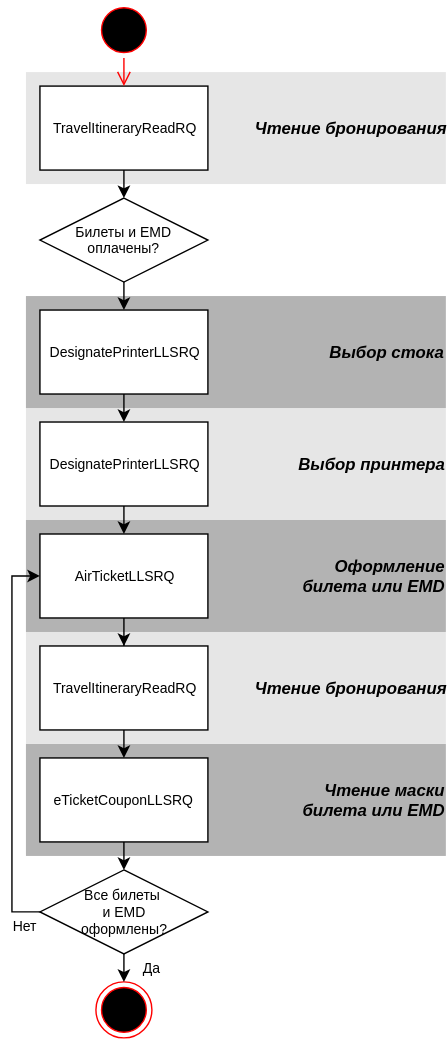
The draw.io diagram assets/svg/Issue Tickets/[RU]Issue Tickets[IPCC][Instant]-3.svg in andreypolyak/sabre-apis-ru, before a commit. Source tidied: cells renumbered, new cells last; positions are measured from the earlier drawing's top-left corner, leaving out a move shared by most shapes.
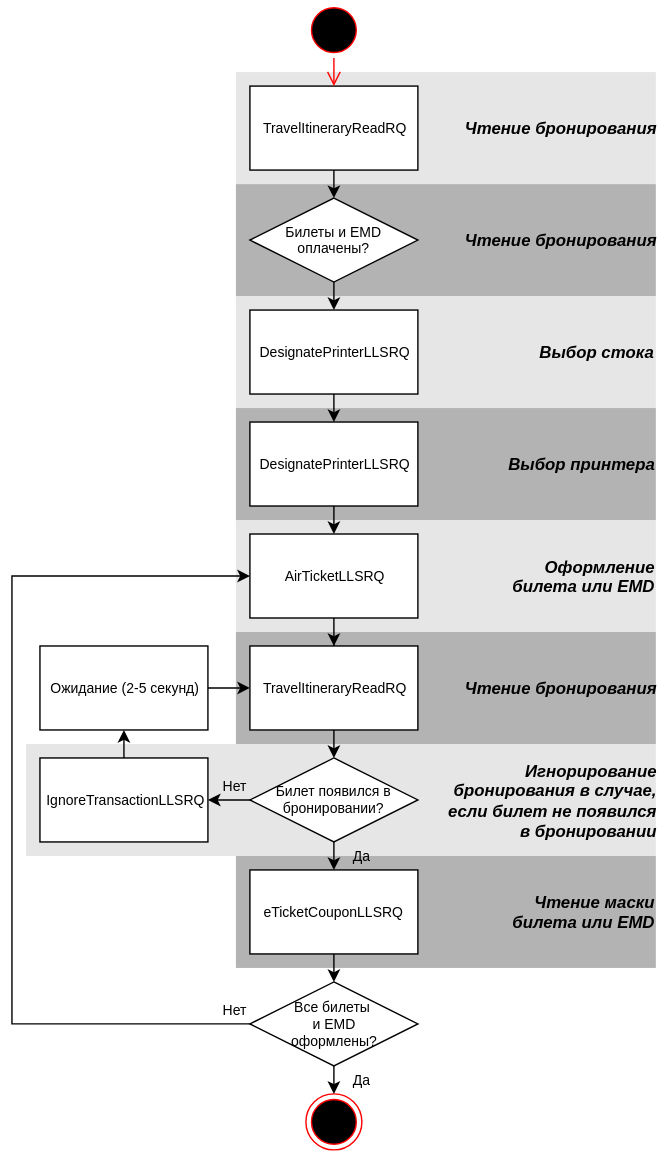
After the commit.

The edit, as a diff of the source:
```diff
@@ -2,24 +2,30 @@
   <root>
     <mxCell id="0" />
     <mxCell id="1" parent="0" />
+    <mxCell id="28" value="&lt;div style=&quot;text-align: right&quot;&gt;&lt;span style=&quot;font-size: 12px ; line-height: 14.4px&quot;&gt;&lt;b&gt;&lt;i&gt;Игнорирование&lt;/i&gt;&lt;/b&gt;&lt;/span&gt;&lt;/div&gt;&lt;div style=&quot;text-align: right&quot;&gt;&lt;span style=&quot;font-size: 12px ; line-height: 14.4px&quot;&gt;&lt;b&gt;&lt;i&gt;бронирования в случае,&lt;/i&gt;&lt;/b&gt;&lt;/span&gt;&lt;/div&gt;&lt;div style=&quot;text-align: right&quot;&gt;&lt;span style=&quot;font-size: 12px ; line-height: 14.4px&quot;&gt;&lt;b&gt;&lt;i&gt;если билет не появился&lt;/i&gt;&lt;/b&gt;&lt;/span&gt;&lt;/div&gt;&lt;div style=&quot;text-align: right&quot;&gt;&lt;span style=&quot;font-size: 12px ; line-height: 14.4px&quot;&gt;&lt;b&gt;&lt;i&gt;в бронировании&lt;/i&gt;&lt;/b&gt;&lt;/span&gt;&lt;/div&gt;" style="whiteSpace=wrap;html=1;fillColor=#E6E6E6;fontSize=10;strokeColor=none;align=right;gradientColor=none;" parent="1" vertex="1">
+      <mxGeometry x="-150" y="530" width="450" height="80" as="geometry" />
+    </mxCell>
     <mxCell id="2" value="&lt;div style=&quot;text-align: right&quot;&gt;&lt;span&gt;&lt;b&gt;&lt;i&gt;&lt;font style=&quot;font-size: 12px&quot;&gt;Чтение маски&lt;/font&gt;&lt;/i&gt;&lt;/b&gt;&lt;/span&gt;&lt;/div&gt;&lt;div style=&quot;text-align: right&quot;&gt;&lt;span&gt;&lt;b&gt;&lt;i&gt;&lt;font style=&quot;font-size: 12px&quot;&gt;билета или EMD&lt;/font&gt;&lt;/i&gt;&lt;/b&gt;&lt;/span&gt;&lt;br&gt;&lt;/div&gt;" style="whiteSpace=wrap;html=1;fillColor=#B3B3B3;fontSize=10;strokeColor=none;align=right;gradientColor=none;" parent="1" vertex="1">
-      <mxGeometry y="530" width="300" height="80" as="geometry" />
+      <mxGeometry y="610" width="300" height="80" as="geometry" />
     </mxCell>
-    <mxCell id="3" value="&lt;div style=&quot;text-align: right&quot;&gt;&lt;b&gt;&lt;i&gt;&lt;font style=&quot;font-size: 12px&quot;&gt;Чтение бронирования&lt;/font&gt;&lt;/i&gt;&lt;/b&gt;&lt;br&gt;&lt;/div&gt;" style="whiteSpace=wrap;html=1;fillColor=#E6E6E6;fontSize=10;strokeColor=none;align=right;gradientColor=none;" parent="1" vertex="1">
-      <mxGeometry y="450" width="300" height="80" as="geometry" />
-    </mxCell>
+    <mxCell id="29" value="&lt;div style=&quot;text-align: right&quot;&gt;&lt;b&gt;&lt;i&gt;&lt;font style=&quot;font-size: 12px&quot;&gt;Чтение бронирования&lt;/font&gt;&lt;/i&gt;&lt;/b&gt;&lt;br&gt;&lt;/div&gt;" style="whiteSpace=wrap;html=1;fillColor=#B3B3B3;fontSize=10;strokeColor=none;align=right;gradientColor=none;" parent="1" vertex="1">
+      <mxGeometry y="450" width="300" height="80" as="geometry" />
+    </mxCell>
+    <mxCell id="30" value="&lt;div style=&quot;text-align: right&quot;&gt;&lt;span&gt;&lt;b&gt;&lt;i&gt;&lt;font style=&quot;font-size: 12px&quot;&gt;Оформление&lt;/font&gt;&lt;/i&gt;&lt;/b&gt;&lt;/span&gt;&lt;/div&gt;&lt;div style=&quot;text-align: right&quot;&gt;&lt;span&gt;&lt;b&gt;&lt;i&gt;&lt;font style=&quot;font-size: 12px&quot;&gt;билета или EMD&lt;/font&gt;&lt;/i&gt;&lt;/b&gt;&lt;/span&gt;&lt;br&gt;&lt;/div&gt;" style="whiteSpace=wrap;html=1;fillColor=#E6E6E6;fontSize=10;strokeColor=none;align=right;gradientColor=none;" parent="1" vertex="1">
+      <mxGeometry y="370" width="300" height="80" as="geometry" />
+    </mxCell>
+    <mxCell id="5" value="&lt;div style=&quot;text-align: right&quot;&gt;&lt;b&gt;&lt;i&gt;&lt;font style=&quot;font-size: 12px&quot;&gt;Выбор принтера&lt;/font&gt;&lt;/i&gt;&lt;/b&gt;&lt;br&gt;&lt;/div&gt;" style="whiteSpace=wrap;html=1;fillColor=#B3B3B3;fontSize=10;strokeColor=none;align=right;gradientColor=none;" parent="1" vertex="1">
+      <mxGeometry y="290" width="300" height="80" as="geometry" />
+    </mxCell>
+    <mxCell id="31" value="&lt;div style=&quot;text-align: right&quot;&gt;&lt;b&gt;&lt;i&gt;&lt;font style=&quot;font-size: 12px&quot;&gt;Выбор стока&lt;/font&gt;&lt;/i&gt;&lt;/b&gt;&lt;br&gt;&lt;/div&gt;" style="whiteSpace=wrap;html=1;fillColor=#E6E6E6;fontSize=10;strokeColor=none;align=right;gradientColor=none;" parent="1" vertex="1">
+      <mxGeometry y="210" width="300" height="80" as="geometry" />
+    </mxCell>
+    <mxCell id="6" value="&lt;div style=&quot;text-align: right&quot;&gt;&lt;b&gt;&lt;i&gt;&lt;font style=&quot;font-size: 12px&quot;&gt;Чтение бронирования&lt;/font&gt;&lt;/i&gt;&lt;/b&gt;&lt;br&gt;&lt;/div&gt;" style="whiteSpace=wrap;html=1;fillColor=#B3B3B3;fontSize=10;strokeColor=none;align=right;gradientColor=none;" parent="1" vertex="1">
+      <mxGeometry y="130" width="300" height="80" as="geometry" />
+    </mxCell>
-    <mxCell id="4" value="&lt;div style=&quot;text-align: right&quot;&gt;&lt;span&gt;&lt;b&gt;&lt;i&gt;&lt;font style=&quot;font-size: 12px&quot;&gt;Оформление&lt;/font&gt;&lt;/i&gt;&lt;/b&gt;&lt;/span&gt;&lt;/div&gt;&lt;div style=&quot;text-align: right&quot;&gt;&lt;span&gt;&lt;b&gt;&lt;i&gt;&lt;font style=&quot;font-size: 12px&quot;&gt;билета или EMD&lt;/font&gt;&lt;/i&gt;&lt;/b&gt;&lt;/span&gt;&lt;br&gt;&lt;/div&gt;" style="whiteSpace=wrap;html=1;fillColor=#B3B3B3;fontSize=10;strokeColor=none;align=right;gradientColor=none;" parent="1" vertex="1">
-      <mxGeometry y="370" width="300" height="80" as="geometry" />
+    <mxCell id="4" value="&lt;div style=&quot;text-align: right&quot;&gt;&lt;b&gt;&lt;i&gt;&lt;font style=&quot;font-size: 12px&quot;&gt;Чтение бронирования&lt;/font&gt;&lt;/i&gt;&lt;/b&gt;&lt;br&gt;&lt;/div&gt;" style="whiteSpace=wrap;html=1;fillColor=#E6E6E6;fontSize=10;strokeColor=none;align=right;gradientColor=none;" parent="1" vertex="1">
+      <mxGeometry y="50" width="300" height="80" as="geometry" />
     </mxCell>
-    <mxCell id="5" value="&lt;div style=&quot;text-align: right&quot;&gt;&lt;b&gt;&lt;i&gt;&lt;font style=&quot;font-size: 12px&quot;&gt;Выбор принтера&lt;/font&gt;&lt;/i&gt;&lt;/b&gt;&lt;br&gt;&lt;/div&gt;" style="whiteSpace=wrap;html=1;fillColor=#E6E6E6;fontSize=10;strokeColor=none;align=right;gradientColor=none;" parent="1" vertex="1">
-      <mxGeometry y="290" width="300" height="80" as="geometry" />
-    </mxCell>
-    <mxCell id="6" value="&lt;div style=&quot;text-align: right&quot;&gt;&lt;b&gt;&lt;i&gt;&lt;font style=&quot;font-size: 12px&quot;&gt;Выбор стока&lt;/font&gt;&lt;/i&gt;&lt;/b&gt;&lt;br&gt;&lt;/div&gt;" style="whiteSpace=wrap;html=1;fillColor=#B3B3B3;fontSize=10;strokeColor=none;align=right;gradientColor=none;" parent="1" vertex="1">
-      <mxGeometry y="210" width="300" height="80" as="geometry" />
-    </mxCell>
-    <mxCell id="7" value="&lt;div style=&quot;text-align: right&quot;&gt;&lt;b&gt;&lt;i&gt;&lt;font style=&quot;font-size: 12px&quot;&gt;Чтение бронирования&lt;/font&gt;&lt;/i&gt;&lt;/b&gt;&lt;br&gt;&lt;/div&gt;" style="whiteSpace=wrap;html=1;fillColor=#E6E6E6;fontSize=10;strokeColor=none;align=right;gradientColor=none;" parent="1" vertex="1">
-      <mxGeometry y="50" width="300" height="80" as="geometry" />
-    </mxCell>
     <mxCell id="8" style="edgeStyle=orthogonalEdgeStyle;rounded=0;html=1;exitX=0.5;exitY=1;entryX=0.5;entryY=0;jettySize=auto;" parent="1" edge="1" source="9">
       <mxGeometry x="380" y="1470" as="geometry">
         <mxPoint x="70" y="140" as="targetPoint" />
@@ -46,19 +52,19 @@
     <mxCell id="15" value="AirTicketLLSRQ" style="whiteSpace=wrap;html=1;rounded=0;fontSize=10;" parent="1" vertex="1">
       <mxGeometry x="10" y="380" width="120" height="60" as="geometry" />
     </mxCell>
-    <mxCell id="16" style="edgeStyle=orthogonalEdgeStyle;rounded=0;html=1;exitX=0.5;exitY=1;entryX=0.5;entryY=0;jettySize=auto;fontSize=10;" parent="1" edge="1" source="17" target="19">
+    <mxCell id="16" style="edgeStyle=orthogonalEdgeStyle;rounded=0;html=1;exitX=0.5;exitY=1;entryX=0.5;entryY=0;jettySize=auto;fontSize=10;" parent="1" edge="1" source="17" target="34">
       <mxGeometry x="380" y="1870" as="geometry" />
     </mxCell>
     <mxCell id="17" value="TravelItineraryReadRQ" style="whiteSpace=wrap;html=1;rounded=0;fontSize=10;" parent="1" vertex="1">
       <mxGeometry x="10" y="460" width="120" height="60" as="geometry" />
     </mxCell>
     <mxCell id="18" style="edgeStyle=orthogonalEdgeStyle;rounded=0;html=1;exitX=0.5;exitY=1;entryX=0.5;entryY=0;jettySize=auto;" parent="1" edge="1" source="19">
-      <mxGeometry x="380" y="1950" as="geometry">
-        <mxPoint x="70" y="620" as="targetPoint" />
+      <mxGeometry x="380" y="2030" as="geometry">
+        <mxPoint x="70" y="700" as="targetPoint" />
       </mxGeometry>
     </mxCell>
     <mxCell id="19" value="eTicketCouponLLSRQ" style="whiteSpace=wrap;html=1;rounded=0;fontSize=10;" parent="1" vertex="1">
-      <mxGeometry x="10" y="540" width="120" height="60" as="geometry" />
+      <mxGeometry x="10" y="620" width="120" height="60" as="geometry" />
     </mxCell>
     <mxCell id="20" style="edgeStyle=orthogonalEdgeStyle;rounded=0;html=1;exitX=0.5;exitY=1;entryX=0.5;entryY=0;jettySize=auto;fontSize=10;" parent="1" edge="1" source="21" target="11">
       <mxGeometry x="380" y="1550" as="geometry" />
@@ -67,7 +73,7 @@
       <mxGeometry x="10" y="140" width="120" height="60" as="geometry" />
     </mxCell>
     <mxCell id="22" style="ellipse;html=1;shape=endState;fillColor=#000000;strokeColor=#ff0000;rounded=0;fontSize=10;align=center;" parent="1" vertex="1">
-      <mxGeometry x="50" y="700" width="40" height="40" as="geometry" />
+      <mxGeometry x="50" y="780" width="40" height="40" as="geometry" />
     </mxCell>
     <mxCell id="23" style="ellipse;html=1;shape=startState;fillColor=#000000;strokeColor=#ff0000;rounded=0;fontSize=10;align=center;" parent="1" vertex="1">
       <mxGeometry x="50" width="40" height="40" as="geometry" />
@@ -79,16 +85,41 @@
     </mxCell>
     <mxCell id="25" value="Нет" style="edgeStyle=orthogonalEdgeStyle;rounded=0;html=1;exitX=0;exitY=0.5;entryX=0;entryY=0.5;jettySize=auto;fontSize=10;" parent="1" edge="1" source="27" target="15">
       <mxGeometry as="geometry">
-        <mxPoint x="-10" y="130" as="offset" />
+        <Array as="points">
+          <mxPoint x="-160" y="730" />
+          <mxPoint x="-160" y="410" />
+        </Array>
+        <mxPoint x="-10" y="150" as="offset" />
       </mxGeometry>
     </mxCell>
     <mxCell id="26" value="Да" style="edgeStyle=orthogonalEdgeStyle;rounded=0;html=1;exitX=0.5;exitY=1;entryX=0.5;entryY=0;jettySize=auto;fontSize=10;" parent="1" edge="1" source="27" target="22">
-      <mxGeometry as="geometry">
+      <mxGeometry y="80" as="geometry">
         <mxPoint x="20" as="offset" />
       </mxGeometry>
     </mxCell>
     <mxCell id="27" value="Все билеты&amp;nbsp;&lt;div&gt;и EMD&lt;/div&gt;&lt;div&gt;оформлены?&lt;/div&gt;" style="rhombus;whiteSpace=wrap;html=1;rounded=0;fontSize=10;" parent="1" vertex="1">
-      <mxGeometry x="10" y="620" width="120" height="60" as="geometry" />
+      <mxGeometry x="10" y="700" width="120" height="60" as="geometry" />
     </mxCell>
+    <mxCell id="32" value="Да" style="edgeStyle=orthogonalEdgeStyle;rounded=0;html=1;exitX=0.5;exitY=1;entryX=0.5;entryY=0;labelBackgroundColor=none;jettySize=auto;fontSize=10;" parent="1" edge="1" source="34" target="19">
+      <mxGeometry y="20" relative="1" as="geometry" />
+    </mxCell>
+    <mxCell id="33" value="Нет" style="edgeStyle=orthogonalEdgeStyle;rounded=0;html=1;exitX=0;exitY=0.5;entryX=1;entryY=0.5;labelBackgroundColor=none;jettySize=auto;fontSize=10;" parent="1" edge="1" source="34" target="36">
+      <mxGeometry x="-0.33" y="-10" relative="1" as="geometry" />
+    </mxCell>
+    <mxCell id="34" value="Билет появился в бронировании?" style="rhombus;whiteSpace=wrap;html=1;rounded=0;fontSize=10;" parent="1" vertex="1">
+      <mxGeometry x="10" y="540" width="120" height="60" as="geometry" />
+    </mxCell>
+    <mxCell id="35" style="edgeStyle=orthogonalEdgeStyle;rounded=0;html=1;exitX=0.5;exitY=0;entryX=0.5;entryY=1;labelBackgroundColor=none;jettySize=auto;fontSize=10;" parent="1" edge="1" source="36" target="38">
+      <mxGeometry relative="1" as="geometry" />
+    </mxCell>
+    <mxCell id="36" value="IgnoreTransactionLLSRQ" style="whiteSpace=wrap;html=1;rounded=0;fontSize=10;" parent="1" vertex="1">
+      <mxGeometry x="-140" y="540" width="120" height="60" as="geometry" />
+    </mxCell>
+    <mxCell id="37" style="edgeStyle=orthogonalEdgeStyle;rounded=0;html=1;exitX=1;exitY=0.5;entryX=0;entryY=0.5;labelBackgroundColor=none;jettySize=auto;fontSize=10;" parent="1" edge="1" source="38" target="17">
+      <mxGeometry relative="1" as="geometry" />
+    </mxCell>
+    <mxCell id="38" value="Ожидание (2-5 секунд)" style="whiteSpace=wrap;html=1;rounded=0;fontSize=10;" parent="1" vertex="1">
+      <mxGeometry x="-140" y="460" width="120" height="60" as="geometry" />
+    </mxCell>
   </root>
 </mxGraphModel>
```
